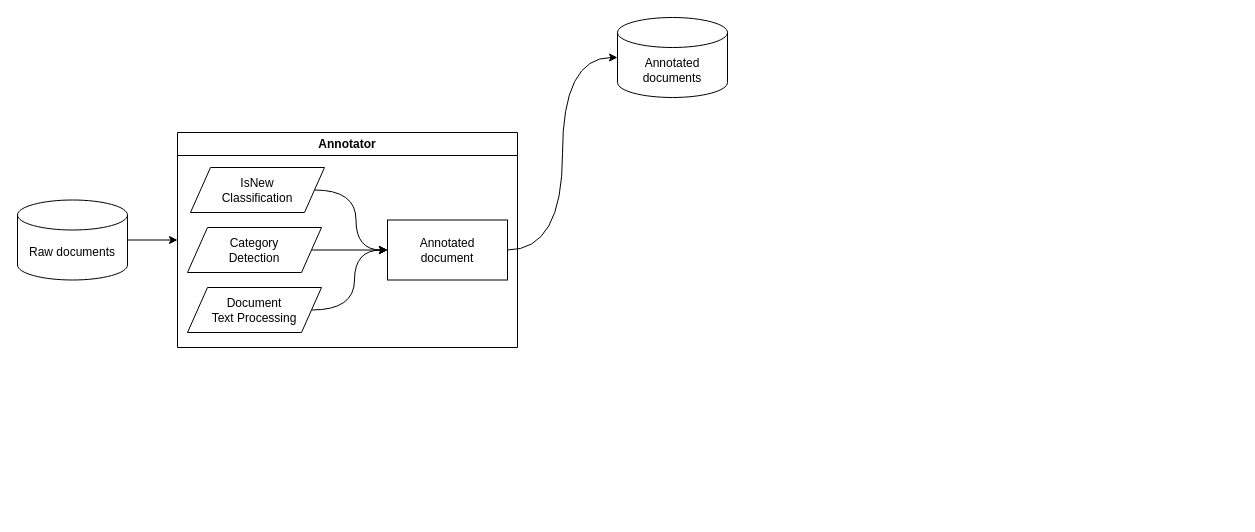
Above: postly.drawio in lllchak/postly (draw.io), before the change. Source tidied: cells renumbered, new cells numbered last; positions are measured from the earlier drawing's top-left corner, leaving out a move shared by most shapes. Both pictures are drawn from the tidied source at 100%, with x=0, y=0 at pixel (17, 17).
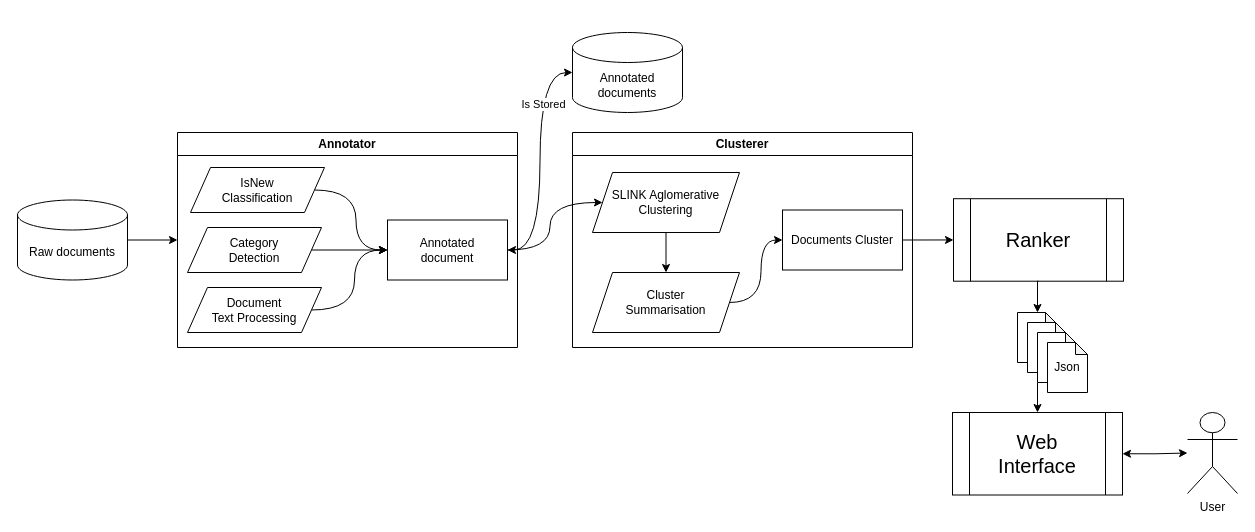
The same diagram, later.

Commit message:
master - architecture prefinal

Unchanged cells that the change refers to:
```xml
<mxCell id="3" value="Raw documents" style="shape=cylinder3;whiteSpace=wrap;html=1;boundedLbl=1;backgroundOutline=1;size=15;" parent="1" vertex="1">
  <mxGeometry y="182.5" width="110" height="80" as="geometry" />
</mxCell>
<mxCell id="4" value="Annotator" style="swimlane;whiteSpace=wrap;html=1;" parent="1" vertex="1">
  <mxGeometry x="160" y="115" width="340" height="215" as="geometry" />
</mxCell>
<mxCell id="11" value="Annotated&lt;div&gt;document&lt;/div&gt;" style="rounded=0;whiteSpace=wrap;html=1;" parent="4" vertex="1">
  <mxGeometry x="210" y="87.5" width="120" height="60" as="geometry" />
</mxCell>
```

The edit, as a diff of the source:
```diff
@@
-    <mxCell id="2" style="edgeStyle=orthogonalEdgeStyle;rounded=0;jettySize=auto;html=1;exitX=1;exitY=0.5;exitDx=0;exitDy=0;exitPerimeter=0;entryX=0;entryY=0.5;entryDx=0;entryDy=0;" parent="1" edge="1" source="3" target="4">
-      <mxGeometry relative="1" as="geometry" />
-    </mxCell>
@@
     <mxCell id="12" value="Annotated documents" style="shape=cylinder3;whiteSpace=wrap;html=1;boundedLbl=1;backgroundOutline=1;size=15;" parent="1" vertex="1">
-      <mxGeometry x="600" width="110" height="80" as="geometry" />
+      <mxGeometry x="555" y="15" width="110" height="80" as="geometry" />
     </mxCell>
+    <mxCell id="2" style="edgeStyle=orthogonalEdgeStyle;rounded=0;jettySize=auto;html=1;exitX=1;exitY=0.5;exitDx=0;exitDy=0;exitPerimeter=0;entryX=0;entryY=0.5;entryDx=0;entryDy=0;" parent="1" edge="1" source="3" target="4">
+      <mxGeometry relative="1" as="geometry" />
+    </mxCell>
-    <mxCell id="13" style="edgeStyle=orthogonalEdgeStyle;rounded=0;jettySize=auto;html=1;exitX=1;exitY=0.5;exitDx=0;exitDy=0;entryX=0;entryY=0.5;entryDx=0;entryDy=0;entryPerimeter=0;curved=1;" parent="1" edge="1" source="11" target="12">
+    <mxCell id="13" style="edgeStyle=orthogonalEdgeStyle;rounded=0;jettySize=auto;html=1;exitX=1;exitY=0.5;exitDx=0;exitDy=0;entryX=0;entryY=0.5;entryDx=0;entryDy=0;entryPerimeter=0;curved=1;startArrow=classic;startFill=1;" parent="1" edge="1" source="11" target="12">
       <mxGeometry relative="1" as="geometry" />
     </mxCell>
+    <mxCell id="14" value="Is Stored" style="edgeLabel;html=1;align=center;verticalAlign=middle;" parent="13" vertex="1">
+      <mxGeometry x="0.29" y="-2" relative="1" as="geometry">
+        <mxPoint x="1" y="-23" as="offset" />
+      </mxGeometry>
+    </mxCell>
+    <mxCell id="15" value="Clusterer" style="swimlane;whiteSpace=wrap;html=1;startSize=23;" parent="1" vertex="1">
+      <mxGeometry x="555" y="115" width="340" height="215" as="geometry" />
+    </mxCell>
+    <mxCell id="16" style="edgeStyle=orthogonalEdgeStyle;rounded=0;jettySize=auto;html=1;exitX=0.5;exitY=1;exitDx=0;exitDy=0;entryX=0.5;entryY=0;entryDx=0;entryDy=0;" parent="15" edge="1" source="17" target="20">
+      <mxGeometry relative="1" as="geometry" />
+    </mxCell>
+    <mxCell id="17" value="SLINK Aglomerative&lt;div&gt;Clustering&lt;/div&gt;" style="shape=parallelogram;perimeter=parallelogramPerimeter;whiteSpace=wrap;html=1;fixedSize=1;" parent="15" vertex="1">
+      <mxGeometry x="20" y="40" width="147" height="60" as="geometry" />
+    </mxCell>
+    <mxCell id="18" value="Documents Cluster" style="rounded=0;whiteSpace=wrap;html=1;" parent="15" vertex="1">
+      <mxGeometry x="210" y="77.5" width="120" height="60" as="geometry" />
+    </mxCell>
+    <mxCell id="19" style="edgeStyle=orthogonalEdgeStyle;rounded=0;jettySize=auto;html=1;exitX=1;exitY=0.5;exitDx=0;exitDy=0;entryX=0;entryY=0.5;entryDx=0;entryDy=0;curved=1;" parent="15" edge="1" source="20" target="18">
+      <mxGeometry relative="1" as="geometry" />
+    </mxCell>
+    <mxCell id="20" value="&lt;div&gt;Cluster&lt;/div&gt;&lt;div&gt;Summarisation&lt;/div&gt;" style="shape=parallelogram;perimeter=parallelogramPerimeter;whiteSpace=wrap;html=1;fixedSize=1;" parent="15" vertex="1">
+      <mxGeometry x="20" y="140" width="147" height="60" as="geometry" />
+    </mxCell>
+    <mxCell id="21" style="edgeStyle=orthogonalEdgeStyle;rounded=0;jettySize=auto;html=1;exitX=1;exitY=0.5;exitDx=0;exitDy=0;entryX=0;entryY=0.5;entryDx=0;entryDy=0;curved=1;" parent="1" edge="1" source="11" target="17">
+      <mxGeometry relative="1" as="geometry" />
+    </mxCell>
+    <mxCell id="22" value="&lt;font style=&quot;font-size: 20px;&quot;&gt;Ranker&lt;/font&gt;" style="shape=process;whiteSpace=wrap;html=1;backgroundOutline=1;" parent="1" vertex="1">
+      <mxGeometry x="936" y="181.2" width="170" height="82.5" as="geometry" />
+    </mxCell>
+    <mxCell id="23" style="edgeStyle=orthogonalEdgeStyle;rounded=0;jettySize=auto;html=1;exitX=1;exitY=0.5;exitDx=0;exitDy=0;entryX=0;entryY=0.5;entryDx=0;entryDy=0;" parent="1" edge="1" source="18" target="22">
+      <mxGeometry relative="1" as="geometry" />
+    </mxCell>
+    <mxCell id="24" style="shape=note;whiteSpace=wrap;html=1;backgroundOutline=1;darkOpacity=0.05;size=12;" parent="1" vertex="1">
+      <mxGeometry x="1000" y="295" width="40" height="50" as="geometry" />
+    </mxCell>
+    <mxCell id="25" style="shape=note;whiteSpace=wrap;html=1;backgroundOutline=1;darkOpacity=0.05;size=12;" parent="1" vertex="1">
+      <mxGeometry x="1010" y="305" width="40" height="50" as="geometry" />
+    </mxCell>
+    <mxCell id="26" style="edgeStyle=orthogonalEdgeStyle;rounded=0;jettySize=auto;html=1;exitX=0;exitY=1;exitDx=0;exitDy=0;exitPerimeter=0;entryX=0.5;entryY=0;entryDx=0;entryDy=0;" parent="1" edge="1" source="27" target="31">
+      <mxGeometry relative="1" as="geometry" />
+    </mxCell>
+    <mxCell id="27" style="shape=note;whiteSpace=wrap;html=1;backgroundOutline=1;darkOpacity=0.05;size=12;" parent="1" vertex="1">
+      <mxGeometry x="1020" y="315" width="40" height="50" as="geometry" />
+    </mxCell>
+    <mxCell id="28" value="Json" style="shape=note;whiteSpace=wrap;html=1;backgroundOutline=1;darkOpacity=0.05;size=12;" parent="1" vertex="1">
+      <mxGeometry x="1030" y="325" width="40" height="50" as="geometry" />
+    </mxCell>
+    <mxCell id="29" style="edgeStyle=orthogonalEdgeStyle;rounded=0;jettySize=auto;html=1;exitX=0.5;exitY=1;exitDx=0;exitDy=0;entryX=0.5;entryY=0;entryDx=0;entryDy=0;entryPerimeter=0;" parent="1" edge="1" source="22" target="24">
+      <mxGeometry relative="1" as="geometry" />
+    </mxCell>
+    <mxCell id="30" style="edgeStyle=orthogonalEdgeStyle;rounded=0;jettySize=auto;html=1;exitX=1;exitY=0.5;exitDx=0;exitDy=0;startArrow=classic;startFill=1;" parent="1" edge="1" source="31" target="32">
+      <mxGeometry relative="1" as="geometry" />
+    </mxCell>
+    <mxCell id="31" value="&lt;span style=&quot;font-size: 20px;&quot;&gt;Web&lt;/span&gt;&lt;br&gt;&lt;div&gt;&lt;font style=&quot;font-size: 20px;&quot;&gt;Interface&lt;/font&gt;&lt;/div&gt;" style="shape=process;whiteSpace=wrap;html=1;backgroundOutline=1;" parent="1" vertex="1">
+      <mxGeometry x="935" y="395" width="170" height="82.5" as="geometry" />
+    </mxCell>
+    <mxCell id="32" value="User" style="shape=umlActor;verticalLabelPosition=bottom;verticalAlign=top;html=1;outlineConnect=0;" parent="1" vertex="1">
+      <mxGeometry x="1170" y="395" width="50" height="81" as="geometry" />
+    </mxCell>
```
